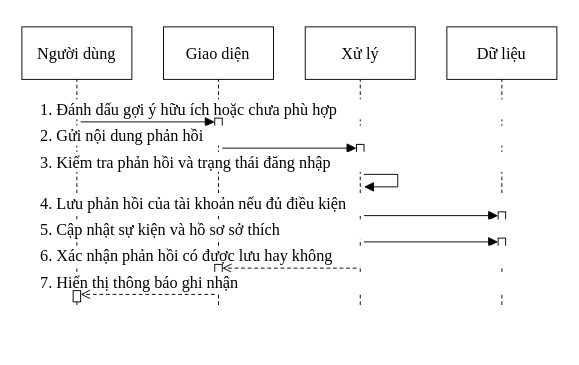
The draw.io diagram page "SEQ-24 – Phản hồi gợi ý trong hội thoại" (31 of 41) of docs/do-an-LSOUL/So-do-LSOUL-rut-gon/LSOUL-So-do-nguyen-hinh.drawio in Loccao102/BanHang, before the edit. Source tidied: cells renumbered, new cells numbered last; positions are measured from the earlier drawing's top-left corner, leaving out a move shared by most shapes. Both pictures are drawn from the tidied source at 125%, with x=0, y=0 at pixel (21, 26).
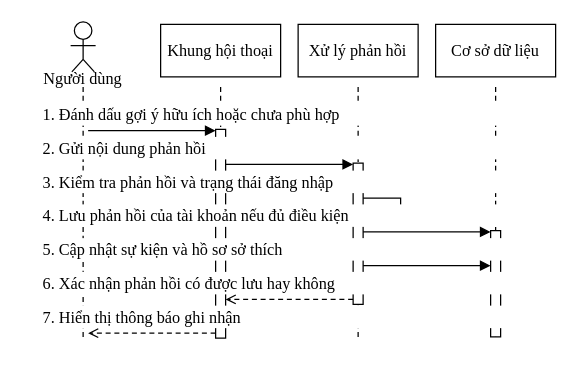
The same diagram, later.

Diff of the diagram source:
```diff
@@
-    <mxCell id="2" style="fontFamily=Times New Roman;fontSize=13;fontColor=#000000;strokeColor=#000000;strokeWidth=0.75;fillColor=#FFFFFF;shadow=0;rounded=0;html=0;whiteSpace=wrap;spacing=5;endArrow=none;endFill=1;startArrow=none;dashed=1;dashPattern=4 3;" parent="1" edge="1">
+    <mxCell id="2" style="fontFamily=Times New Roman;fontSize=13;fontColor=#000000;strokeColor=#000000;strokeWidth=1;fillColor=#FFFFFF;shadow=0;rounded=0;html=0;whiteSpace=wrap;spacing=5;endArrow=none;endFill=1;startArrow=none;dashed=1;dashPattern=4 3;" parent="1" edge="1">
       <mxGeometry relative="1" as="geometry">
-        <mxPoint x="44" y="41" as="sourcePoint" />
-        <mxPoint x="44" y="223" as="targetPoint" />
+        <mxPoint x="49" y="48" as="sourcePoint" />
+        <mxPoint x="49" y="250" as="targetPoint" />
       </mxGeometry>
     </mxCell>
-    <mxCell id="3" style="fontFamily=Times New Roman;fontSize=13;fontColor=#000000;strokeColor=#000000;strokeWidth=0.75;fillColor=#FFFFFF;shadow=0;rounded=0;html=0;whiteSpace=wrap;spacing=5;endArrow=none;endFill=1;startArrow=none;dashed=1;dashPattern=4 3;" parent="1" edge="1">
+    <mxCell id="3" style="fontFamily=Times New Roman;fontSize=13;fontColor=#000000;strokeColor=#000000;strokeWidth=1;fillColor=#FFFFFF;shadow=0;rounded=0;html=0;whiteSpace=wrap;spacing=5;endArrow=none;endFill=1;startArrow=none;dashed=1;dashPattern=4 3;" parent="1" edge="1">
       <mxGeometry relative="1" as="geometry">
-        <mxPoint x="157.3" y="41" as="sourcePoint" />
-        <mxPoint x="157.3" y="223" as="targetPoint" />
+        <mxPoint x="159" y="48" as="sourcePoint" />
+        <mxPoint x="159" y="250" as="targetPoint" />
       </mxGeometry>
     </mxCell>
-    <mxCell id="4" style="fontFamily=Times New Roman;fontSize=13;fontColor=#000000;strokeColor=#000000;strokeWidth=0.75;fillColor=#FFFFFF;shadow=0;rounded=0;html=0;whiteSpace=wrap;spacing=5;endArrow=none;endFill=1;startArrow=none;dashed=1;dashPattern=4 3;" parent="1" edge="1">
+    <mxCell id="4" style="fontFamily=Times New Roman;fontSize=13;fontColor=#000000;strokeColor=#000000;strokeWidth=1;fillColor=#FFFFFF;shadow=0;rounded=0;html=0;whiteSpace=wrap;spacing=5;endArrow=none;endFill=1;startArrow=none;dashed=1;dashPattern=4 3;" parent="1" edge="1">
       <mxGeometry relative="1" as="geometry">
-        <mxPoint x="270.7" y="41" as="sourcePoint" />
-        <mxPoint x="270.7" y="223" as="targetPoint" />
+        <mxPoint x="269" y="48" as="sourcePoint" />
+        <mxPoint x="269" y="250" as="targetPoint" />
       </mxGeometry>
     </mxCell>
-    <mxCell id="5" style="fontFamily=Times New Roman;fontSize=13;fontColor=#000000;strokeColor=#000000;strokeWidth=0.75;fillColor=#FFFFFF;shadow=0;rounded=0;html=0;whiteSpace=wrap;spacing=5;endArrow=none;endFill=1;startArrow=none;dashed=1;dashPattern=4 3;" parent="1" edge="1">
+    <mxCell id="5" style="fontFamily=Times New Roman;fontSize=13;fontColor=#000000;strokeColor=#000000;strokeWidth=1;fillColor=#FFFFFF;shadow=0;rounded=0;html=0;whiteSpace=wrap;spacing=5;endArrow=none;endFill=1;startArrow=none;dashed=1;dashPattern=4 3;" parent="1" edge="1">
       <mxGeometry relative="1" as="geometry">
-        <mxPoint x="384" y="41" as="sourcePoint" />
-        <mxPoint x="384" y="223" as="targetPoint" />
+        <mxPoint x="379" y="48" as="sourcePoint" />
+        <mxPoint x="379" y="250" as="targetPoint" />
       </mxGeometry>
     </mxCell>
-    <mxCell id="6" value="1. Đánh dấu gợi ý hữu ích hoặc chưa phù hợp" style="fontFamily=Times New Roman;fontSize=13;fontColor=#000000;strokeColor=#000000;strokeWidth=0.75;fillColor=#FFFFFF;shadow=0;rounded=0;html=0;whiteSpace=wrap;spacing=5;text;strokeColor=none;fillColor=none;align=left;verticalAlign=middle;fillColor=#FFFFFF;" parent="1" vertex="1">
-      <mxGeometry x="10" y="58" width="408" height="16" as="geometry" />
+    <mxCell id="6" style="fontFamily=Times New Roman;fontSize=13;fontColor=#000000;strokeColor=#000000;strokeWidth=1;fillColor=#FFFFFF;shadow=0;rounded=0;html=0;whiteSpace=wrap;spacing=5;align=center;verticalAlign=middle;" parent="1" vertex="1">
+      <mxGeometry x="265" y="109" width="8" height="113" as="geometry" />
     </mxCell>
-    <mxCell id="7" style="fontFamily=Times New Roman;fontSize=13;fontColor=#000000;strokeColor=#000000;strokeWidth=0.75;fillColor=#FFFFFF;shadow=0;rounded=0;html=0;whiteSpace=wrap;spacing=5;align=center;verticalAlign=middle;" parent="1" vertex="1">
-      <mxGeometry x="154.3" y="73" width="6" height="9" as="geometry" />
+    <mxCell id="7" style="fontFamily=Times New Roman;fontSize=13;fontColor=#000000;strokeColor=#000000;strokeWidth=1;fillColor=#FFFFFF;shadow=0;rounded=0;html=0;whiteSpace=wrap;spacing=5;align=center;verticalAlign=middle;" parent="1" vertex="1">
+      <mxGeometry x="155" y="82" width="8" height="167" as="geometry" />
     </mxCell>
-    <mxCell id="8" style="fontFamily=Times New Roman;fontSize=13;fontColor=#000000;strokeColor=#000000;strokeWidth=0.75;fillColor=#FFFFFF;shadow=0;rounded=0;html=0;whiteSpace=wrap;spacing=5;endArrow=block;endFill=1;startArrow=none;" parent="1" edge="1">
-      <mxGeometry relative="1" as="geometry">
-        <mxPoint x="47" y="76" as="sourcePoint" />
-        <mxPoint x="154.3" y="76" as="targetPoint" />
-      </mxGeometry>
+    <mxCell id="8" style="fontFamily=Times New Roman;fontSize=13;fontColor=#000000;strokeColor=#000000;strokeWidth=1;fillColor=#FFFFFF;shadow=0;rounded=0;html=0;whiteSpace=wrap;spacing=5;align=center;verticalAlign=middle;" parent="1" vertex="1">
+      <mxGeometry x="375" y="163" width="8" height="85" as="geometry" />
     </mxCell>
-    <mxCell id="9" value="2. Gửi nội dung phản hồi" style="fontFamily=Times New Roman;fontSize=13;fontColor=#000000;strokeColor=#000000;strokeWidth=0.75;fillColor=#FFFFFF;shadow=0;rounded=0;html=0;whiteSpace=wrap;spacing=5;text;strokeColor=none;fillColor=none;align=left;verticalAlign=middle;fillColor=#FFFFFF;" parent="1" vertex="1">
-      <mxGeometry x="10" y="79" width="408" height="16" as="geometry" />
+    <mxCell id="9" value="1. Đánh dấu gợi ý hữu ích hoặc chưa phù hợp" style="fontFamily=Times New Roman;fontSize=13;fontColor=#000000;strokeColor=#000000;strokeWidth=1;fillColor=#FFFFFF;shadow=0;rounded=0;html=0;whiteSpace=wrap;spacing=5;text;strokeColor=none;fillColor=none;align=left;verticalAlign=middle;fillColor=#FFFFFF;" parent="1" vertex="1">
+      <mxGeometry x="12" y="61" width="404" height="18" as="geometry" />
     </mxCell>
-    <mxCell id="10" style="fontFamily=Times New Roman;fontSize=13;fontColor=#000000;strokeColor=#000000;strokeWidth=0.75;fillColor=#FFFFFF;shadow=0;rounded=0;html=0;whiteSpace=wrap;spacing=5;align=center;verticalAlign=middle;" parent="1" vertex="1">
-      <mxGeometry x="267.7" y="94" width="6" height="9" as="geometry" />
+    <mxCell id="10" style="fontFamily=Times New Roman;fontSize=13;fontColor=#000000;strokeColor=#000000;strokeWidth=1;fillColor=#FFFFFF;shadow=0;rounded=0;html=0;whiteSpace=wrap;spacing=5;endArrow=block;endFill=1;startArrow=none;" parent="1" edge="1">
+      <mxGeometry relative="1" as="geometry">
+        <mxPoint x="53" y="83" as="sourcePoint" />
+        <mxPoint x="155" y="83" as="targetPoint" />
+      </mxGeometry>
     </mxCell>
-    <mxCell id="11" style="fontFamily=Times New Roman;fontSize=13;fontColor=#000000;strokeColor=#000000;strokeWidth=0.75;fillColor=#FFFFFF;shadow=0;rounded=0;html=0;whiteSpace=wrap;spacing=5;endArrow=block;endFill=1;startArrow=none;" parent="1" edge="1">
-      <mxGeometry relative="1" as="geometry">
-        <mxPoint x="160.3" y="97" as="sourcePoint" />
-        <mxPoint x="267.7" y="97" as="targetPoint" />
-      </mxGeometry>
+    <mxCell id="11" value="2. Gửi nội dung phản hồi" style="fontFamily=Times New Roman;fontSize=13;fontColor=#000000;strokeColor=#000000;strokeWidth=1;fillColor=#FFFFFF;shadow=0;rounded=0;html=0;whiteSpace=wrap;spacing=5;text;strokeColor=none;fillColor=none;align=left;verticalAlign=middle;fillColor=#FFFFFF;" parent="1" vertex="1">
+      <mxGeometry x="12" y="88" width="404" height="18" as="geometry" />
     </mxCell>
-    <mxCell id="12" value="3. Kiểm tra phản hồi và trạng thái đăng nhập" style="fontFamily=Times New Roman;fontSize=13;fontColor=#000000;strokeColor=#000000;strokeWidth=0.75;fillColor=#FFFFFF;shadow=0;rounded=0;html=0;whiteSpace=wrap;spacing=5;text;strokeColor=none;fillColor=none;align=left;verticalAlign=middle;fillColor=#FFFFFF;" parent="1" vertex="1">
-      <mxGeometry x="10" y="100" width="408" height="16" as="geometry" />
+    <mxCell id="12" style="fontFamily=Times New Roman;fontSize=13;fontColor=#000000;strokeColor=#000000;strokeWidth=1;fillColor=#FFFFFF;shadow=0;rounded=0;html=0;whiteSpace=wrap;spacing=5;endArrow=block;endFill=1;startArrow=none;" parent="1" edge="1">
+      <mxGeometry relative="1" as="geometry">
+        <mxPoint x="163" y="110" as="sourcePoint" />
+        <mxPoint x="265" y="110" as="targetPoint" />
+      </mxGeometry>
     </mxCell>
-    <mxCell id="13" style="fontFamily=Times New Roman;fontSize=13;fontColor=#000000;strokeColor=#000000;strokeWidth=0.75;fillColor=#FFFFFF;shadow=0;rounded=0;html=0;whiteSpace=wrap;spacing=5;endArrow=block;endFill=1;startArrow=none;" parent="1" edge="1">
-      <mxGeometry relative="1" as="geometry">
-        <mxPoint x="273.7" y="118" as="sourcePoint" />
-        <mxPoint x="273.7" y="128" as="targetPoint" />
-        <Array as="points">
-          <mxPoint x="300.7" y="118" />
-          <mxPoint x="300.7" y="128" />
-        </Array>
-      </mxGeometry>
+    <mxCell id="13" value="3. Kiểm tra phản hồi và trạng thái đăng nhập" style="fontFamily=Times New Roman;fontSize=13;fontColor=#000000;strokeColor=#000000;strokeWidth=1;fillColor=#FFFFFF;shadow=0;rounded=0;html=0;whiteSpace=wrap;spacing=5;text;strokeColor=none;fillColor=none;align=left;verticalAlign=middle;fillColor=#FFFFFF;" parent="1" vertex="1">
+      <mxGeometry x="12" y="115" width="404" height="18" as="geometry" />
     </mxCell>
-    <mxCell id="14" value="4. Lưu phản hồi của tài khoản nếu đủ điều kiện" style="fontFamily=Times New Roman;fontSize=13;fontColor=#000000;strokeColor=#000000;strokeWidth=0.75;fillColor=#FFFFFF;shadow=0;rounded=0;html=0;whiteSpace=wrap;spacing=5;text;strokeColor=none;fillColor=none;align=left;verticalAlign=middle;fillColor=#FFFFFF;" parent="1" vertex="1">
-      <mxGeometry x="10" y="133" width="408" height="16" as="geometry" />
+    <mxCell id="14" style="fontFamily=Times New Roman;fontSize=13;fontColor=#000000;strokeColor=#000000;strokeWidth=1;fillColor=#FFFFFF;shadow=0;rounded=0;html=0;whiteSpace=wrap;spacing=5;endArrow=block;endFill=1;startArrow=none;" parent="1" edge="1">
+      <mxGeometry relative="1" as="geometry">
+        <mxPoint x="273" y="137" as="sourcePoint" />
+        <mxPoint x="274" y="149" as="targetPoint" />
+        <Array as="points">
+          <mxPoint x="303" y="137" />
+          <mxPoint x="303" y="149" />
+        </Array>
+      </mxGeometry>
     </mxCell>
-    <mxCell id="15" style="fontFamily=Times New Roman;fontSize=13;fontColor=#000000;strokeColor=#000000;strokeWidth=0.75;fillColor=#FFFFFF;shadow=0;rounded=0;html=0;whiteSpace=wrap;spacing=5;align=center;verticalAlign=middle;" parent="1" vertex="1">
-      <mxGeometry x="381" y="148" width="6" height="9" as="geometry" />
+    <mxCell id="15" value="4. Lưu phản hồi của tài khoản nếu đủ điều kiện" style="fontFamily=Times New Roman;fontSize=13;fontColor=#000000;strokeColor=#000000;strokeWidth=1;fillColor=#FFFFFF;shadow=0;rounded=0;html=0;whiteSpace=wrap;spacing=5;text;strokeColor=none;fillColor=none;align=left;verticalAlign=middle;fillColor=#FFFFFF;" parent="1" vertex="1">
+      <mxGeometry x="12" y="142" width="404" height="18" as="geometry" />
     </mxCell>
-    <mxCell id="16" style="fontFamily=Times New Roman;fontSize=13;fontColor=#000000;strokeColor=#000000;strokeWidth=0.75;fillColor=#FFFFFF;shadow=0;rounded=0;html=0;whiteSpace=wrap;spacing=5;endArrow=block;endFill=1;startArrow=none;" parent="1" edge="1">
+    <mxCell id="16" style="fontFamily=Times New Roman;fontSize=13;fontColor=#000000;strokeColor=#000000;strokeWidth=1;fillColor=#FFFFFF;shadow=0;rounded=0;html=0;whiteSpace=wrap;spacing=5;endArrow=block;endFill=1;startArrow=none;" parent="1" edge="1">
       <mxGeometry relative="1" as="geometry">
-        <mxPoint x="273.7" y="151" as="sourcePoint" />
-        <mxPoint x="381" y="151" as="targetPoint" />
+        <mxPoint x="273" y="164" as="sourcePoint" />
+        <mxPoint x="375" y="164" as="targetPoint" />
       </mxGeometry>
     </mxCell>
-    <mxCell id="17" value="5. Cập nhật sự kiện và hồ sơ sở thích" style="fontFamily=Times New Roman;fontSize=13;fontColor=#000000;strokeColor=#000000;strokeWidth=0.75;fillColor=#FFFFFF;shadow=0;rounded=0;html=0;whiteSpace=wrap;spacing=5;text;strokeColor=none;fillColor=none;align=left;verticalAlign=middle;fillColor=#FFFFFF;" parent="1" vertex="1">
-      <mxGeometry x="10" y="154" width="408" height="16" as="geometry" />
+    <mxCell id="17" value="5. Cập nhật sự kiện và hồ sơ sở thích" style="fontFamily=Times New Roman;fontSize=13;fontColor=#000000;strokeColor=#000000;strokeWidth=1;fillColor=#FFFFFF;shadow=0;rounded=0;html=0;whiteSpace=wrap;spacing=5;text;strokeColor=none;fillColor=none;align=left;verticalAlign=middle;fillColor=#FFFFFF;" parent="1" vertex="1">
+      <mxGeometry x="12" y="169" width="404" height="18" as="geometry" />
     </mxCell>
-    <mxCell id="18" style="fontFamily=Times New Roman;fontSize=13;fontColor=#000000;strokeColor=#000000;strokeWidth=0.75;fillColor=#FFFFFF;shadow=0;rounded=0;html=0;whiteSpace=wrap;spacing=5;align=center;verticalAlign=middle;" parent="1" vertex="1">
-      <mxGeometry x="381" y="169" width="6" height="9" as="geometry" />
+    <mxCell id="18" style="fontFamily=Times New Roman;fontSize=13;fontColor=#000000;strokeColor=#000000;strokeWidth=1;fillColor=#FFFFFF;shadow=0;rounded=0;html=0;whiteSpace=wrap;spacing=5;endArrow=block;endFill=1;startArrow=none;" parent="1" edge="1">
+      <mxGeometry relative="1" as="geometry">
+        <mxPoint x="273" y="191" as="sourcePoint" />
+        <mxPoint x="375" y="191" as="targetPoint" />
+      </mxGeometry>
     </mxCell>
-    <mxCell id="19" style="fontFamily=Times New Roman;fontSize=13;fontColor=#000000;strokeColor=#000000;strokeWidth=0.75;fillColor=#FFFFFF;shadow=0;rounded=0;html=0;whiteSpace=wrap;spacing=5;endArrow=block;endFill=1;startArrow=none;" parent="1" edge="1">
-      <mxGeometry relative="1" as="geometry">
-        <mxPoint x="273.7" y="172" as="sourcePoint" />
-        <mxPoint x="381" y="172" as="targetPoint" />
-      </mxGeometry>
+    <mxCell id="19" value="6. Xác nhận phản hồi có được lưu hay không" style="fontFamily=Times New Roman;fontSize=13;fontColor=#000000;strokeColor=#000000;strokeWidth=1;fillColor=#FFFFFF;shadow=0;rounded=0;html=0;whiteSpace=wrap;spacing=5;text;strokeColor=none;fillColor=none;align=left;verticalAlign=middle;fillColor=#FFFFFF;" parent="1" vertex="1">
+      <mxGeometry x="12" y="196" width="404" height="18" as="geometry" />
     </mxCell>
-    <mxCell id="20" value="6. Xác nhận phản hồi có được lưu hay không" style="fontFamily=Times New Roman;fontSize=13;fontColor=#000000;strokeColor=#000000;strokeWidth=0.75;fillColor=#FFFFFF;shadow=0;rounded=0;html=0;whiteSpace=wrap;spacing=5;text;strokeColor=none;fillColor=none;align=left;verticalAlign=middle;fillColor=#FFFFFF;" parent="1" vertex="1">
-      <mxGeometry x="10" y="175" width="408" height="16" as="geometry" />
+    <mxCell id="20" style="fontFamily=Times New Roman;fontSize=13;fontColor=#000000;strokeColor=#000000;strokeWidth=1;fillColor=#FFFFFF;shadow=0;rounded=0;html=0;whiteSpace=wrap;spacing=5;endArrow=open;endFill=1;startArrow=none;dashed=1;dashPattern=4 3;" parent="1" edge="1">
+      <mxGeometry relative="1" as="geometry">
+        <mxPoint x="265" y="218" as="sourcePoint" />
+        <mxPoint x="163" y="218" as="targetPoint" />
+      </mxGeometry>
     </mxCell>
-    <mxCell id="21" style="fontFamily=Times New Roman;fontSize=13;fontColor=#000000;strokeColor=#000000;strokeWidth=0.75;fillColor=#FFFFFF;shadow=0;rounded=0;html=0;whiteSpace=wrap;spacing=5;align=center;verticalAlign=middle;" parent="1" vertex="1">
-      <mxGeometry x="154.3" y="190" width="6" height="9" as="geometry" />
+    <mxCell id="21" value="7. Hiển thị thông báo ghi nhận" style="fontFamily=Times New Roman;fontSize=13;fontColor=#000000;strokeColor=#000000;strokeWidth=1;fillColor=#FFFFFF;shadow=0;rounded=0;html=0;whiteSpace=wrap;spacing=5;text;strokeColor=none;fillColor=none;align=left;verticalAlign=middle;fillColor=#FFFFFF;" parent="1" vertex="1">
+      <mxGeometry x="12" y="223" width="404" height="18" as="geometry" />
     </mxCell>
-    <mxCell id="22" style="fontFamily=Times New Roman;fontSize=13;fontColor=#000000;strokeColor=#000000;strokeWidth=0.75;fillColor=#FFFFFF;shadow=0;rounded=0;html=0;whiteSpace=wrap;spacing=5;endArrow=open;endFill=1;startArrow=none;dashed=1;dashPattern=4 3;" parent="1" edge="1">
+    <mxCell id="22" style="fontFamily=Times New Roman;fontSize=13;fontColor=#000000;strokeColor=#000000;strokeWidth=1;fillColor=#FFFFFF;shadow=0;rounded=0;html=0;whiteSpace=wrap;spacing=5;endArrow=open;endFill=1;startArrow=none;dashed=1;dashPattern=4 3;" parent="1" edge="1">
       <mxGeometry relative="1" as="geometry">
-        <mxPoint x="267.7" y="193" as="sourcePoint" />
-        <mxPoint x="160.3" y="193" as="targetPoint" />
+        <mxPoint x="155" y="245" as="sourcePoint" />
+        <mxPoint x="53" y="245" as="targetPoint" />
       </mxGeometry>
     </mxCell>
-    <mxCell id="23" value="7. Hiển thị thông báo ghi nhận" style="fontFamily=Times New Roman;fontSize=13;fontColor=#000000;strokeColor=#000000;strokeWidth=0.75;fillColor=#FFFFFF;shadow=0;rounded=0;html=0;whiteSpace=wrap;spacing=5;text;strokeColor=none;fillColor=none;align=left;verticalAlign=middle;fillColor=#FFFFFF;" parent="1" vertex="1">
-      <mxGeometry x="10" y="196" width="408" height="16" as="geometry" />
+    <mxCell id="23" style="fontFamily=Times New Roman;fontSize=13;fontColor=#000000;strokeColor=#000000;strokeWidth=1;fillColor=#FFFFFF;shadow=0;rounded=0;html=0;whiteSpace=wrap;spacing=5;ellipse;perimeter=ellipsePerimeter;align=center;verticalAlign=middle;" parent="1" vertex="1">
+      <mxGeometry x="42" y="-4" width="14" height="14" as="geometry" />
     </mxCell>
-    <mxCell id="24" style="fontFamily=Times New Roman;fontSize=13;fontColor=#000000;strokeColor=#000000;strokeWidth=0.75;fillColor=#FFFFFF;shadow=0;rounded=0;html=0;whiteSpace=wrap;spacing=5;align=center;verticalAlign=middle;" parent="1" vertex="1">
-      <mxGeometry x="41" y="211" width="6" height="9" as="geometry" />
+    <mxCell id="24" style="fontFamily=Times New Roman;fontSize=13;fontColor=#000000;strokeColor=#000000;strokeWidth=1;fillColor=#FFFFFF;shadow=0;rounded=0;html=0;whiteSpace=wrap;spacing=5;endArrow=none;endFill=1;startArrow=none;" parent="1" edge="1">
+      <mxGeometry relative="1" as="geometry">
+        <mxPoint x="49" y="10" as="sourcePoint" />
+        <mxPoint x="49" y="26" as="targetPoint" />
+      </mxGeometry>
     </mxCell>
-    <mxCell id="25" style="fontFamily=Times New Roman;fontSize=13;fontColor=#000000;strokeColor=#000000;strokeWidth=0.75;fillColor=#FFFFFF;shadow=0;rounded=0;html=0;whiteSpace=wrap;spacing=5;endArrow=open;endFill=1;startArrow=none;dashed=1;dashPattern=4 3;" parent="1" edge="1">
+    <mxCell id="25" style="fontFamily=Times New Roman;fontSize=13;fontColor=#000000;strokeColor=#000000;strokeWidth=1;fillColor=#FFFFFF;shadow=0;rounded=0;html=0;whiteSpace=wrap;spacing=5;endArrow=none;endFill=1;startArrow=none;" parent="1" edge="1">
       <mxGeometry relative="1" as="geometry">
-        <mxPoint x="154.3" y="214" as="sourcePoint" />
-        <mxPoint x="47" y="214" as="targetPoint" />
+        <mxPoint x="39" y="15" as="sourcePoint" />
+        <mxPoint x="59" y="15" as="targetPoint" />
       </mxGeometry>
     </mxCell>
+    <mxCell id="30" style="fontFamily=Times New Roman;fontSize=13;fontColor=#000000;strokeColor=#000000;strokeWidth=1;fillColor=#FFFFFF;shadow=0;rounded=0;html=0;whiteSpace=wrap;spacing=5;endArrow=none;endFill=1;startArrow=none;" parent="1" edge="1">
+      <mxGeometry relative="1" as="geometry">
+        <mxPoint x="49" y="26" as="sourcePoint" />
+        <mxPoint x="40" y="36" as="targetPoint" />
+      </mxGeometry>
+    </mxCell>
+    <mxCell id="31" style="fontFamily=Times New Roman;fontSize=13;fontColor=#000000;strokeColor=#000000;strokeWidth=1;fillColor=#FFFFFF;shadow=0;rounded=0;html=0;whiteSpace=wrap;spacing=5;endArrow=none;endFill=1;startArrow=none;" parent="1" edge="1">
+      <mxGeometry relative="1" as="geometry">
+        <mxPoint x="49" y="26" as="sourcePoint" />
+        <mxPoint x="58" y="36" as="targetPoint" />
+      </mxGeometry>
+    </mxCell>
-    <mxCell id="26" value="Người dùng" style="fontFamily=Times New Roman;fontSize=13;fontColor=#000000;strokeColor=#000000;strokeWidth=0.75;fillColor=#FFFFFF;shadow=0;rounded=0;html=0;whiteSpace=wrap;spacing=5;align=center;verticalAlign=middle;" parent="1" vertex="1">
-      <mxGeometry width="88" height="42" as="geometry" />
+    <mxCell id="26" value="Người dùng" style="fontFamily=Times New Roman;fontSize=13;fontColor=#000000;strokeColor=#000000;strokeWidth=1;fillColor=#FFFFFF;shadow=0;rounded=0;html=0;whiteSpace=wrap;spacing=5;text;strokeColor=none;fillColor=none;align=center;verticalAlign=middle;" parent="1" vertex="1">
+      <mxGeometry x="1" y="33" width="96" height="16" as="geometry" />
     </mxCell>
-    <mxCell id="27" value="Giao diện" style="fontFamily=Times New Roman;fontSize=13;fontColor=#000000;strokeColor=#000000;strokeWidth=0.75;fillColor=#FFFFFF;shadow=0;rounded=0;html=0;whiteSpace=wrap;spacing=5;align=center;verticalAlign=middle;" parent="1" vertex="1">
-      <mxGeometry x="113.3" width="88" height="42" as="geometry" />
+    <mxCell id="27" value="Khung hội thoại" style="fontFamily=Times New Roman;fontSize=13;fontColor=#000000;strokeColor=#000000;strokeWidth=1;fillColor=#FFFFFF;shadow=0;rounded=0;html=0;whiteSpace=wrap;spacing=5;align=center;verticalAlign=middle;" parent="1" vertex="1">
+      <mxGeometry x="111" y="-2" width="96" height="42" as="geometry" />
     </mxCell>
-    <mxCell id="28" value="Xử lý" style="fontFamily=Times New Roman;fontSize=13;fontColor=#000000;strokeColor=#000000;strokeWidth=0.75;fillColor=#FFFFFF;shadow=0;rounded=0;html=0;whiteSpace=wrap;spacing=5;align=center;verticalAlign=middle;" parent="1" vertex="1">
-      <mxGeometry x="226.7" width="88" height="42" as="geometry" />
+    <mxCell id="28" value="Xử lý phản hồi" style="fontFamily=Times New Roman;fontSize=13;fontColor=#000000;strokeColor=#000000;strokeWidth=1;fillColor=#FFFFFF;shadow=0;rounded=0;html=0;whiteSpace=wrap;spacing=5;align=center;verticalAlign=middle;" parent="1" vertex="1">
+      <mxGeometry x="221" y="-2" width="96" height="42" as="geometry" />
     </mxCell>
-    <mxCell id="29" value="Dữ liệu" style="fontFamily=Times New Roman;fontSize=13;fontColor=#000000;strokeColor=#000000;strokeWidth=0.75;fillColor=#FFFFFF;shadow=0;rounded=0;html=0;whiteSpace=wrap;spacing=5;align=center;verticalAlign=middle;" parent="1" vertex="1">
-      <mxGeometry x="340" width="88" height="42" as="geometry" />
+    <mxCell id="29" value="Cơ sở dữ liệu" style="fontFamily=Times New Roman;fontSize=13;fontColor=#000000;strokeColor=#000000;strokeWidth=1;fillColor=#FFFFFF;shadow=0;rounded=0;html=0;whiteSpace=wrap;spacing=5;align=center;verticalAlign=middle;" parent="1" vertex="1">
+      <mxGeometry x="331" y="-2" width="96" height="42" as="geometry" />
     </mxCell>
```
